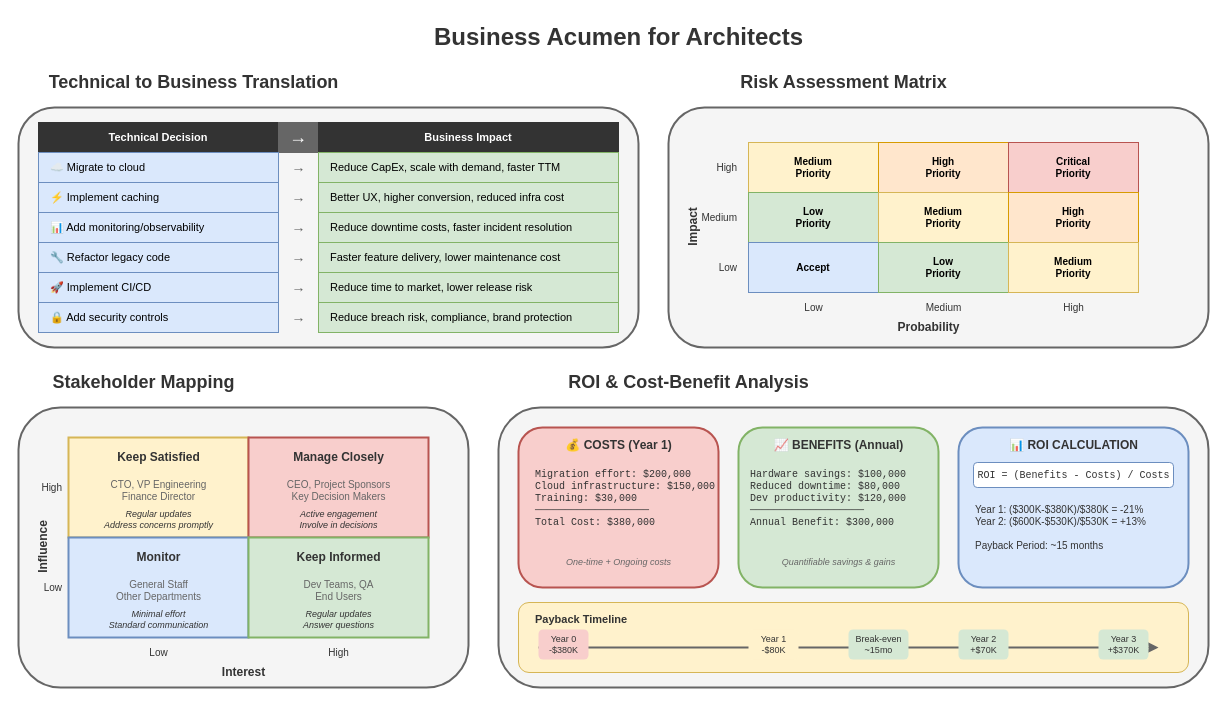
The draw.io diagram lesson-10-soft-skills/diagrams/3.1-business-acumen.drawio in MrParkerZ7/document-lesson-software-architect-x-claude, before the edit. Source tidied: cells renumbered, new cells numbered last; positions are measured from the earlier drawing's top-left corner, leaving out a move shared by most shapes. Both pictures are drawn from the tidied source at 100%, with x=0, y=0 at pixel (13, 17).
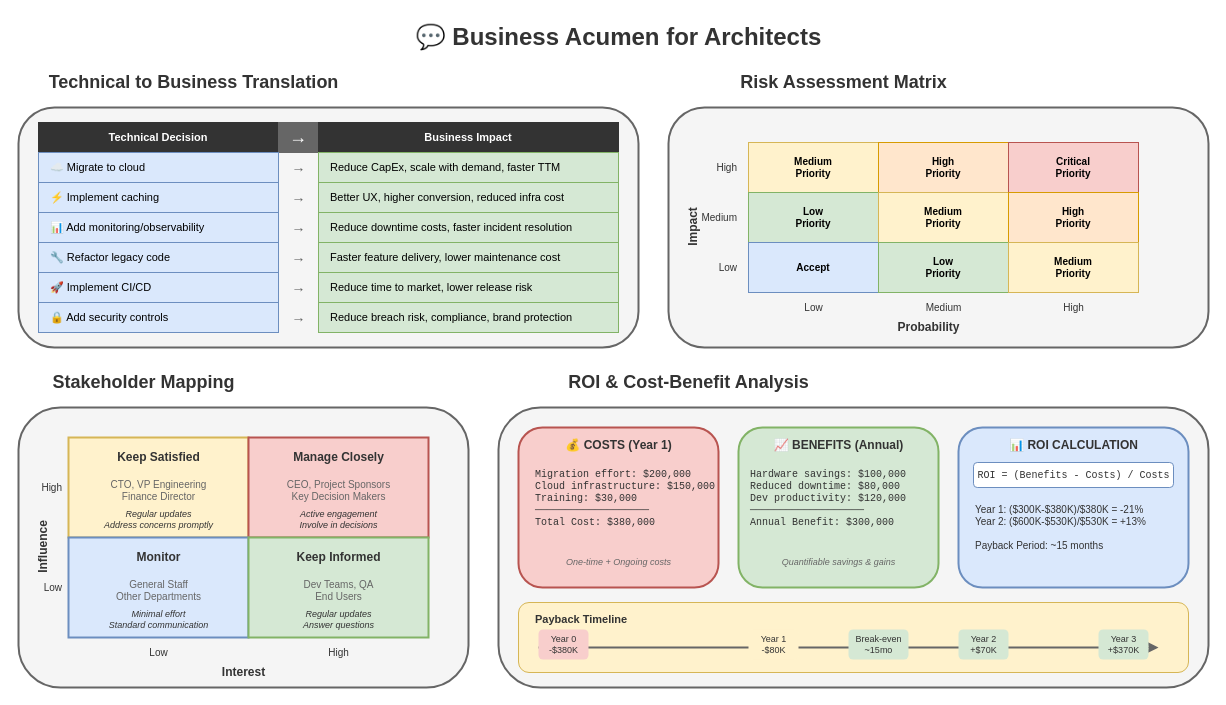
The same diagram, later.

The edit, as a diff of the source:
```diff
@@
-    <mxCell id="2" value="Business Acumen for Architects" style="text;html=1;strokeColor=none;fillColor=none;align=center;verticalAlign=middle;fontSize=24;fontStyle=1;fontColor=#333333;" parent="1" vertex="1">
+    <mxCell id="2" value="💬 Business Acumen for Architects" style="text;html=1;strokeColor=none;fillColor=none;align=center;verticalAlign=middle;fontSize=24;fontStyle=1;fontColor=#333333;" parent="1" vertex="1">
       <mxGeometry x="305" width="600" height="40" as="geometry" />
     </mxCell>
```
